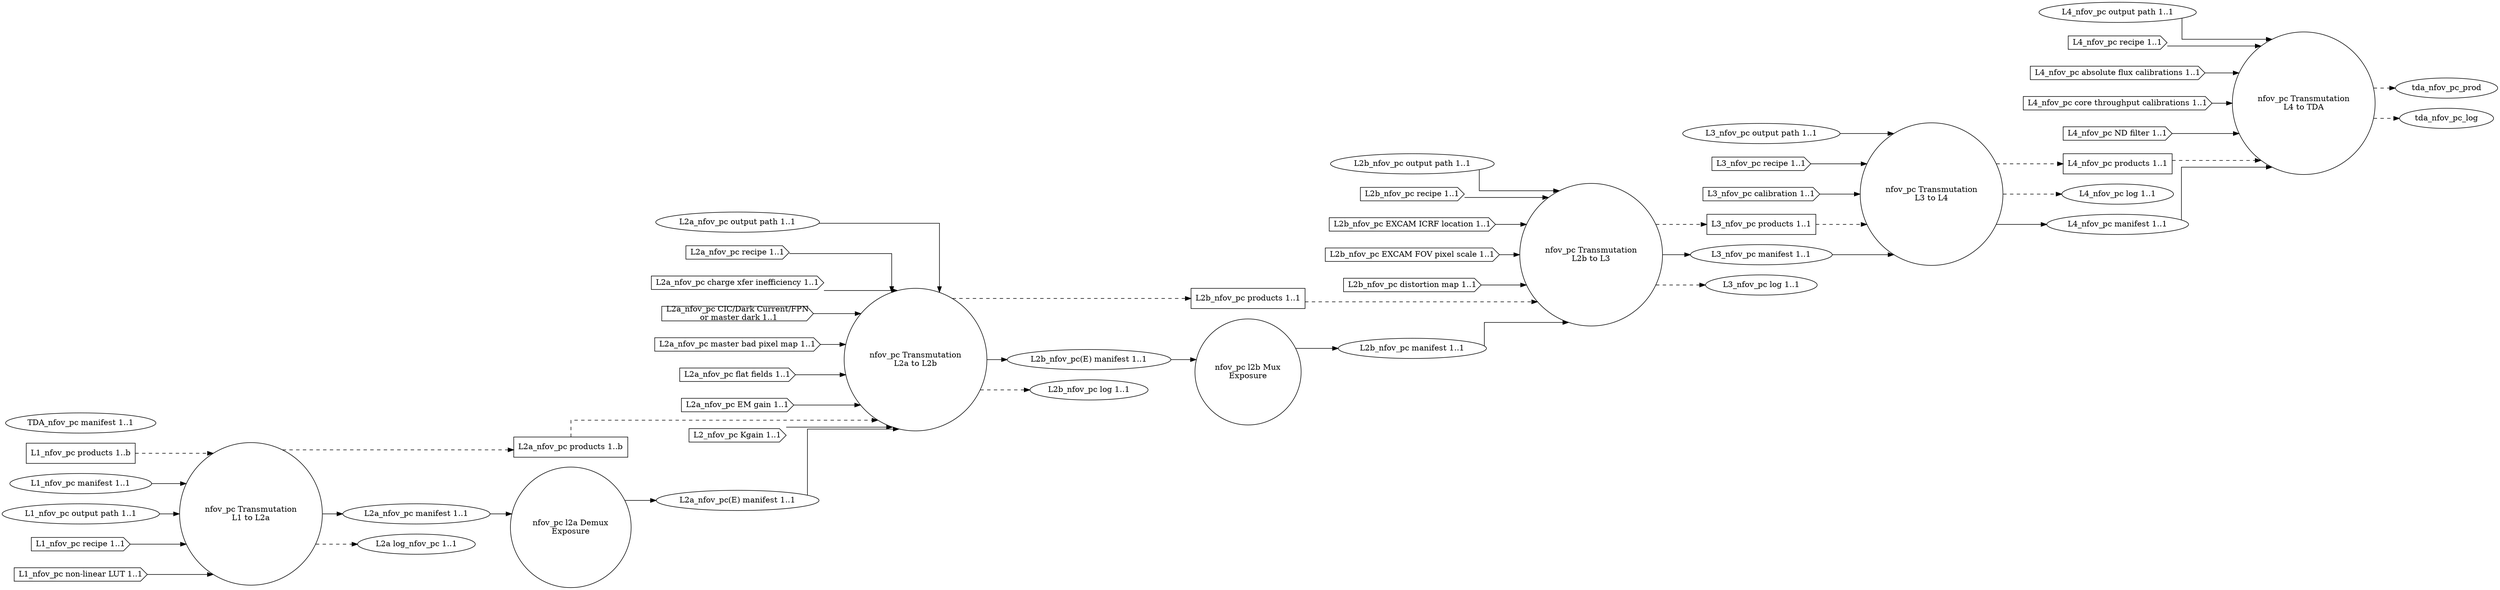
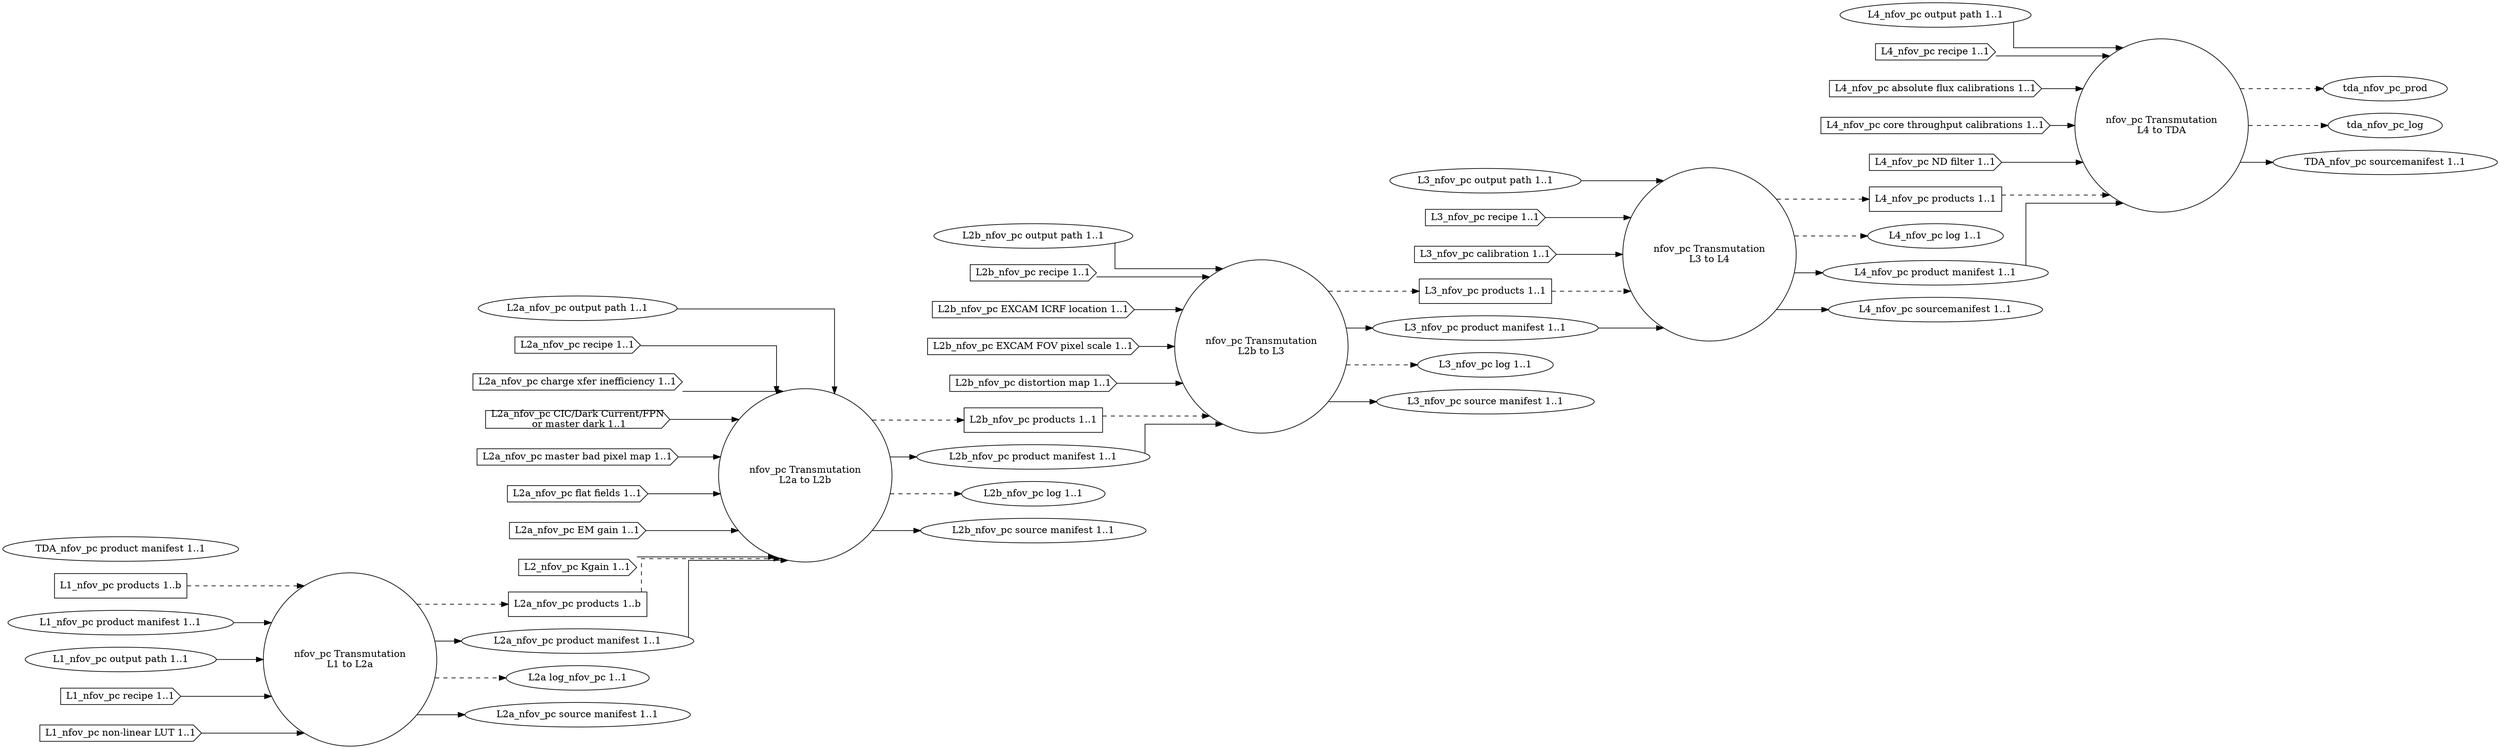
digraph NarrowFieldOfViewPhotonCount {
graph [splines="ortho", rankdir=LR];
trans_nfov_pc_l1_l2a [label="nfov_pc Transmutation\nL1 to L2a", shape="circle", runname="l1.transmutation_nfov_pc", runtype="dawgie.Algorithm", fsmtype="dip.base.Runner"];
- l2a_nfov_pc_demux [label="nfov_pc l2a Demux\nExposure", shape="circle", runname="l2a.demux_nfov_pc", runtype="dawgie.Algorithm", fsmtype="dip.clerk.impls.demux.FSM"];
trans_nfov_pc_l2a_l2b [label="nfov_pc Transmutation\nL2a to L2b", shape="circle", runname="l2a.transmutation_nfov_pc", runtype="dawgie.Algorithm", fsmtype="dip.base.Runner"];
- l2b_nfov_pc_mux [label="nfov_pc l2b Mux\nExposure", shape="circle", runname="l2b.mux_nfov_pc", runtype="dawgie.Analyzer", fsmtype="dip.clerk.impls.mux.FSM"];
trans_nfov_pc_l2b_l3 [label="nfov_pc Transmutation\nL2b to L3", shape="circle", runname="l2b.transmutation_nfov_pc", runtype="dawgie.Algorithm", fsmtype="dip.base.Runner"];
trans_nfov_pc_l3_l4 [label="nfov_pc Transmutation\nL3 to L4", shape="circle", runname="l3.transmutation_nfov_pc", runtype="dawgie.Algorithm", fsmtype="dip.base.Runner"];
trans_nfov_pc_l4_tda [label="nfov_pc Transmutation\nL4 to TDA", shape="circle", runname="l4.transmutation_nfov_pc", runtype="dawgie.Algorithm", fsmtype="dip.base.Runner"];
l1_nfov_pc_prod [label="L1_nfov_pc products 1..b", shape="rectangle"];
- l1_nfov_pc_man [label="L1_nfov_pc manifest 1..1", shape="ellipse"];
+ l1_nfov_pc_man [label="L1_nfov_pc product manifest 1..1", shape="ellipse"];
l1_nfov_pc_odir [label="L1_nfov_pc output path 1..1", shape="ellipse"];
l1_nfov_pc_rec [label="L1_nfov_pc recipe 1..1", shape="cds"];
l1_nfov_pc_nllut [label="L1_nfov_pc non-linear LUT 1..1", shape="cds"];
l2a_nfov_pc_prod [label="L2a_nfov_pc products 1..b", shape="rectangle"];
- l2a_nfov_pc_man [label="L2a_nfov_pc manifest 1..1", shape="ellipse", valname="l1.transmutation_nfov_pc.product.manifest", valtype="dip.base.Manifest"];
+ l2a_nfov_pc_man [label="L2a_nfov_pc product manifest 1..1", shape="ellipse", valname="l1.transmutation_nfov_pc.product.manifest", valtype="dip.base.Manifest"];
l2a_nfov_pc_odir [label="L2a_nfov_pc output path 1..1", shape="ellipse"];
l2a_nfov_pc_rec [label="L2a_nfov_pc recipe 1..1", shape="cds"];
l2a_nfov_pc_cti [label="L2a_nfov_pc charge xfer inefficiency 1..1", shape="cds"];
l2a_nfov_pc_dnb [label="L2a_nfov_pc CIC/Dark Current/FPN\n or master dark 1..1", shape="cds"];
l2a_nfov_pc_mbpm [label="L2a_nfov_pc master bad pixel map 1..1", shape="cds"];
l2a_nfov_pc_ff [label="L2a_nfov_pc flat fields 1..1", shape="cds"];
l2a_nfov_pc_emg [label="L2a_nfov_pc EM gain 1..1", shape="cds"];
l2a_nfov_pc_kgain [label="L2_nfov_pc Kgain 1..1", shape="cds"];
l2a_nfov_pc_log [label="L2a log_nfov_pc 1..1", shape="ellipse"];
- l2a_nfov_pc_man_demux [label="L2a_nfov_pc(E) manifest 1..1", shape="ellipse", valname="l2a.demux_nfov_pc.product.manifest", valtype="dip.base.Manifest"];
l2b_nfov_pc_prod [label="L2b_nfov_pc products 1..1", shape="rectangle"];
- l2b_nfov_pc_man [label="L2b_nfov_pc manifest 1..1", shape="ellipse", valname="l2b.mux_nfov_pc.product.manifest", valtype="dip.base.Manifest"];
+ l2b_nfov_pc_man [label="L2b_nfov_pc product manifest 1..1", shape="ellipse", valname="l2a.transmutation_nfov_pc.product.manifest", valtype="dip.base.Manifest"];
l2b_nfov_pc_odir [label="L2b_nfov_pc output path 1..1", shape="ellipse"];
l2b_nfov_pc_rec [label="L2b_nfov_pc recipe 1..1", shape="cds"];
l2b_nfov_pc_excicrf [label="L2b_nfov_pc EXCAM ICRF location 1..1", shape="cds"];
l2b_nfov_pc_excfovps [label="L2b_nfov_pc EXCAM FOV pixel scale 1..1", shape="cds"];
l2b_nfov_pc_distm [label="L2b_nfov_pc distortion map 1..1", shape="cds"];
- l2b_nfov_pc_man_demux [label="L2b_nfov_pc(E) manifest 1..1", shape="ellipse", valname="l2a.transmutation_nfov_pc.product.manifest", valtype="dip.base.Manifest"];
l2b_nfov_pc_log [label="L2b_nfov_pc log 1..1", shape="ellipse"];
l3_nfov_pc_prod [label="L3_nfov_pc products 1..1", shape="rectangle"];
l3_nfov_pc_odir [label="L3_nfov_pc output path 1..1", shape="ellipse"];
- l3_nfov_pc_man [label="L3_nfov_pc manifest 1..1", shape="ellipse", valname="l2b.transmutation_nfov_pc.product.manifest", valtype="dip.base.Manifest"];
+ l3_nfov_pc_man [label="L3_nfov_pc product manifest 1..1", shape="ellipse", valname="l2b.transmutation_nfov_pc.product.manifest", valtype="dip.base.Manifest"];
l3_nfov_pc_rec [label="L3_nfov_pc recipe 1..1", shape="cds"];
l3_nfov_pc_cal [label="L3_nfov_pc calibration 1..1", shape="cds"];
l3_nfov_pc_log [label="L3_nfov_pc log 1..1", shape="ellipse"];
l4_nfov_pc_prod [label="L4_nfov_pc products 1..1", shape="rectangle"];
l4_nfov_pc_odir [label="L4_nfov_pc output path 1..1", shape="ellipse"];
l4_nfov_pc_log [label="L4_nfov_pc log 1..1", shape="ellipse"];
- l4_nfov_pc_man [label="L4_nfov_pc manifest 1..1", shape="ellipse", valname="l3.transmutation_nfov_pc.product.manifest", valtype="dip.base.Manifest"];
+ l4_nfov_pc_man [label="L4_nfov_pc product manifest 1..1", shape="ellipse", valname="l3.transmutation_nfov_pc.product.manifest", valtype="dip.base.Manifest"];
l4_nfov_pc_rec [label="L4_nfov_pc recipe 1..1", shape="cds"];
l4_nfov_pc_afcal [label="L4_nfov_pc absolute flux calibrations 1..1", shape="cds"];
l4_nfov_pc_ctcal [label="L4_nfov_pc core throughput calibrations 1..1", shape="cds"];
l4_nfov_pc_ndfilt [label="L4_nfov_pc ND filter 1..1", shape="cds"];
- tda_nfov_pc_man [label="TDA_nfov_pc manifest 1..1", shape="ellipse", valname="l4.transmutation_nfov_pc.product.manifest", valtype="dip.base.Manifest"];
+ tda_nfov_pc_man [label="TDA_nfov_pc product manifest 1..1", shape="ellipse", valname="l4.transmutation_nfov_pc.product.manifest", valtype="dip.base.Manifest"];
l1_nfov_pc_prod -> trans_nfov_pc_l1_l2a [style="dashed"];
l1_nfov_pc_man -> trans_nfov_pc_l1_l2a;
l1_nfov_pc_odir -> trans_nfov_pc_l1_l2a;
l1_nfov_pc_rec -> trans_nfov_pc_l1_l2a;
l1_nfov_pc_nllut -> trans_nfov_pc_l1_l2a;
trans_nfov_pc_l1_l2a -> l2a_nfov_pc_prod [style="dashed"];
trans_nfov_pc_l1_l2a -> l2a_nfov_pc_man;
trans_nfov_pc_l1_l2a -> l2a_nfov_pc_log [style="dashed"];
l2a_nfov_pc_prod -> trans_nfov_pc_l2a_l2b [style="dashed"];
l2a_nfov_pc_kgain -> trans_nfov_pc_l2a_l2b;
l2a_nfov_pc_odir -> trans_nfov_pc_l2a_l2b;
l2a_nfov_pc_rec -> trans_nfov_pc_l2a_l2b;
l2a_nfov_pc_cti -> trans_nfov_pc_l2a_l2b;
l2a_nfov_pc_dnb -> trans_nfov_pc_l2a_l2b;
l2a_nfov_pc_mbpm -> trans_nfov_pc_l2a_l2b;
l2a_nfov_pc_ff -> trans_nfov_pc_l2a_l2b;
l2a_nfov_pc_emg -> trans_nfov_pc_l2a_l2b;
trans_nfov_pc_l2a_l2b -> l2b_nfov_pc_prod [style="dashed"];
- trans_nfov_pc_l2a_l2b -> l2b_nfov_pc_man_demux;
+ trans_nfov_pc_l2a_l2b -> l2b_nfov_pc_man;
trans_nfov_pc_l2a_l2b -> l2b_nfov_pc_log [style="dashed"];
- l2a_nfov_pc_man -> l2a_nfov_pc_demux;
- l2a_nfov_pc_demux -> l2a_nfov_pc_man_demux;
- l2a_nfov_pc_man_demux -> trans_nfov_pc_l2a_l2b;
- l2b_nfov_pc_man_demux -> l2b_nfov_pc_mux;
- l2b_nfov_pc_mux -> l2b_nfov_pc_man;
+ l2a_nfov_pc_man -> trans_nfov_pc_l2a_l2b;
l2b_nfov_pc_prod -> trans_nfov_pc_l2b_l3 [style="dashed"];
l2b_nfov_pc_man -> trans_nfov_pc_l2b_l3;
l2b_nfov_pc_odir -> trans_nfov_pc_l2b_l3;
l2b_nfov_pc_rec -> trans_nfov_pc_l2b_l3;
l2b_nfov_pc_excicrf -> trans_nfov_pc_l2b_l3;
l2b_nfov_pc_excfovps -> trans_nfov_pc_l2b_l3;
l2b_nfov_pc_distm -> trans_nfov_pc_l2b_l3;
trans_nfov_pc_l2b_l3 -> l3_nfov_pc_prod [style="dashed"];
trans_nfov_pc_l2b_l3 -> l3_nfov_pc_man;
trans_nfov_pc_l2b_l3 -> l3_nfov_pc_log [style="dashed"];
l3_nfov_pc_prod -> trans_nfov_pc_l3_l4 [style="dashed"];
l3_nfov_pc_man -> trans_nfov_pc_l3_l4;
l3_nfov_pc_odir -> trans_nfov_pc_l3_l4;
l3_nfov_pc_rec -> trans_nfov_pc_l3_l4;
l3_nfov_pc_cal -> trans_nfov_pc_l3_l4;
trans_nfov_pc_l3_l4 -> l4_nfov_pc_prod [style="dashed"];
trans_nfov_pc_l3_l4 -> l4_nfov_pc_log [style="dashed"];
trans_nfov_pc_l3_l4 -> l4_nfov_pc_man;
l4_nfov_pc_prod -> trans_nfov_pc_l4_tda [style="dashed"];
l4_nfov_pc_man -> trans_nfov_pc_l4_tda;
l4_nfov_pc_odir -> trans_nfov_pc_l4_tda;
l4_nfov_pc_rec -> trans_nfov_pc_l4_tda;
l4_nfov_pc_afcal -> trans_nfov_pc_l4_tda;
l4_nfov_pc_ctcal -> trans_nfov_pc_l4_tda;
l4_nfov_pc_ndfilt -> trans_nfov_pc_l4_tda;
trans_nfov_pc_l4_tda -> tda_nfov_pc_prod [style="dashed"];
trans_nfov_pc_l4_tda -> tda_nfov_pc_log [style="dashed"];
+ 
+ l2a_nfov_pc_src [label="L2a_nfov_pc source manifest 1..1", shape="ellipse", valname="l1.transmutation_nfov_pc.source.manifest", valtype="dip.base.Manifest"];
+ l2b_nfov_pc_src [label="L2b_nfov_pc source manifest 1..1", shape="ellipse", valname="l2a.transmutation_nfov_pc.source.manifest", valtype="dip.base.Manifest"];
+ l3_nfov_pc_src [label="L3_nfov_pc source manifest 1..1", shape="ellipse", valname="l2b.transmutation_nfov_pc.source.manifest", valtype="dip.base.Manifest"];
+ l4_nfov_pc_src [label="L4_nfov_pc sourcemanifest 1..1", shape="ellipse", valname="l3.transmutation_nfov_pc.source.manifest", valtype="dip.base.Manifest"];
+ tda_nfov_pc_src [label="TDA_nfov_pc sourcemanifest 1..1", shape="ellipse", valname="l4.transmutation_nfov_pc.source.manifest", valtype="dip.base.Manifest"];
+ trans_nfov_pc_l1_l2a -> l2a_nfov_pc_src;
+ trans_nfov_pc_l2a_l2b -> l2b_nfov_pc_src;
+ trans_nfov_pc_l2b_l3 -> l3_nfov_pc_src;
+ trans_nfov_pc_l3_l4 -> l4_nfov_pc_src;
+ trans_nfov_pc_l4_tda -> tda_nfov_pc_src;
}
